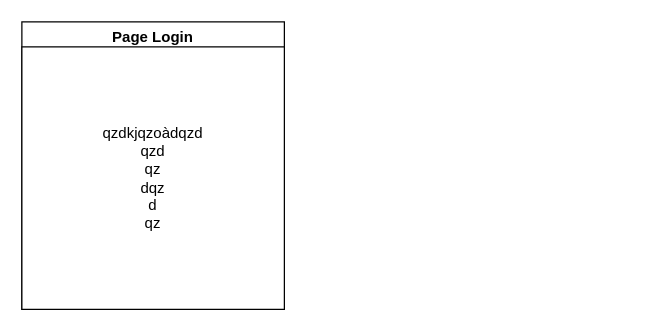
Earlier version of the draw.io diagram Diagramme sans nom.drawio (HipppB/safeHub). Source tidied: cells renumbered, new cells numbered last; positions are measured from the earlier drawing's top-left corner, leaving out a move shared by most shapes. Both pictures are drawn from the tidied source at 125%, with x=0, y=0 at pixel (21, 21).
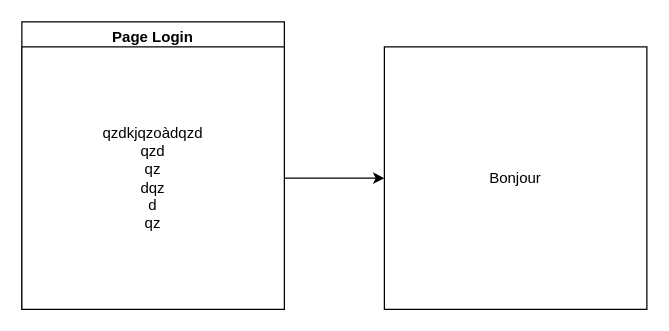
After the change.

Diff of the diagram source:
```diff
@@
 <mxGraphModel>
   <root>
     <mxCell id="0" />
     <mxCell id="1" parent="0" />
     <mxCell id="2" value="Page Login" style="swimlane;" parent="1" vertex="1">
       <mxGeometry width="210" height="230" as="geometry" />
     </mxCell>
     <mxCell id="3" value="qzdkjqzoàdqzd&lt;br&gt;qzd&lt;br&gt;qz&lt;br&gt;dqz&lt;br&gt;d&lt;br&gt;qz" style="whiteSpace=wrap;html=1;" parent="2" vertex="1">
       <mxGeometry y="20" width="210" height="210" as="geometry" />
     </mxCell>
+    <mxCell id="4" value="Bonjour" style="whiteSpace=wrap;html=1;" parent="1" vertex="1">
+      <mxGeometry x="290" y="20" width="210" height="210" as="geometry" />
+    </mxCell>
+    <mxCell id="5" style="edgeStyle=orthogonalEdgeStyle;rounded=0;jettySize=auto;html=1;" parent="1" edge="1" source="3" target="4">
+      <mxGeometry relative="1" as="geometry" />
+    </mxCell>
   </root>
 </mxGraphModel>
```
